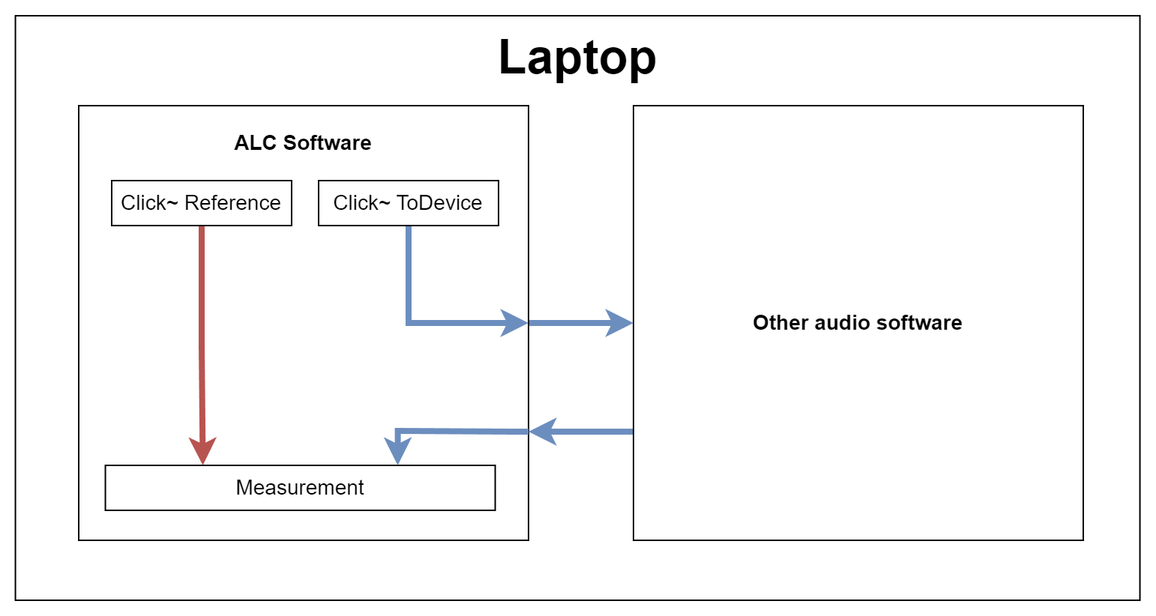
Above: public/img/alex-internal-mode.png in aleksati/aleksati (draw.io), before the change. Source tidied: cells renumbered, new cells last; positions are measured from the earlier drawing's top-left corner, leaving out a move shared by most shapes. Source of this version:
```xml
<mxGraphModel>
  <root>
    <mxCell id="0" />
    <mxCell id="1" parent="0" />
    <mxCell id="2" style="rounded=0;whiteSpace=wrap;html=1;" parent="1" vertex="1">
      <mxGeometry x="-0.2" width="750" height="390" as="geometry" />
    </mxCell>
    <mxCell id="3" value="&lt;font style=&quot;font-size: 32px;&quot;&gt;&lt;b&gt;Laptop&lt;/b&gt;&lt;/font&gt;" style="text;html=1;align=center;verticalAlign=middle;whiteSpace=wrap;rounded=0;" parent="1" vertex="1">
      <mxGeometry x="319.8" y="13" width="110" height="30" as="geometry" />
    </mxCell>
    <mxCell id="4" style="edgeStyle=orthogonalEdgeStyle;rounded=0;jettySize=auto;html=1;entryX=0;entryY=0.5;entryDx=0;entryDy=0;fillColor=#dae8fc;strokeColor=#6c8ebf;strokeWidth=4;" parent="1" edge="1" source="5" target="11">
      <mxGeometry relative="1" as="geometry" />
    </mxCell>
    <mxCell id="5" style="rounded=0;whiteSpace=wrap;html=1;" parent="1" vertex="1">
      <mxGeometry x="42" y="60" width="300" height="290" as="geometry" />
    </mxCell>
    <mxCell id="6" style="edgeStyle=orthogonalEdgeStyle;rounded=0;jettySize=auto;html=1;entryX=0.25;entryY=0;entryDx=0;entryDy=0;fillColor=#f8cecc;strokeColor=#b85450;strokeWidth=4;" parent="1" edge="1" source="7" target="14">
      <mxGeometry relative="1" as="geometry" />
    </mxCell>
    <mxCell id="7" value="&lt;font style=&quot;font-size: 14px;&quot;&gt;Click~ Reference&lt;/font&gt;" style="rounded=0;whiteSpace=wrap;html=1;" parent="1" vertex="1">
      <mxGeometry x="64" y="110" width="120" height="30" as="geometry" />
    </mxCell>
    <mxCell id="8" style="edgeStyle=orthogonalEdgeStyle;rounded=0;jettySize=auto;html=1;strokeWidth=4;fillColor=#dae8fc;strokeColor=#6c8ebf;entryX=1;entryY=0.5;entryDx=0;entryDy=0;" parent="1" edge="1" source="9" target="5">
      <mxGeometry relative="1" as="geometry">
        <Array as="points">
          <mxPoint x="262" y="205" />
        </Array>
      </mxGeometry>
    </mxCell>
    <mxCell id="9" value="&lt;font style=&quot;font-size: 14px;&quot;&gt;Click~ ToDevice&lt;/font&gt;" style="rounded=0;whiteSpace=wrap;html=1;" parent="1" vertex="1">
      <mxGeometry x="202" y="110" width="120" height="30" as="geometry" />
    </mxCell>
    <mxCell id="10" style="edgeStyle=orthogonalEdgeStyle;rounded=0;jettySize=auto;html=1;exitX=0;exitY=0.75;exitDx=0;exitDy=0;entryX=1;entryY=0.75;entryDx=0;entryDy=0;fillColor=#dae8fc;strokeColor=#6c8ebf;strokeWidth=4;" parent="1" edge="1" source="11" target="5">
      <mxGeometry relative="1" as="geometry" />
    </mxCell>
    <mxCell id="11" style="rounded=0;whiteSpace=wrap;html=1;" parent="1" vertex="1">
      <mxGeometry x="412" y="60" width="300" height="290" as="geometry" />
    </mxCell>
    <mxCell id="12" value="&lt;font style=&quot;font-size: 14px;&quot;&gt;&lt;b&gt;ALC Software&lt;/b&gt;&lt;/font&gt;" style="text;html=1;align=center;verticalAlign=middle;whiteSpace=wrap;rounded=0;" parent="1" vertex="1">
      <mxGeometry x="102" y="70" width="180" height="30" as="geometry" />
    </mxCell>
    <mxCell id="13" value="&lt;font style=&quot;font-size: 14px;&quot;&gt;&lt;b&gt;Other audio software&lt;/b&gt;&lt;/font&gt;" style="text;html=1;align=center;verticalAlign=middle;whiteSpace=wrap;rounded=0;" parent="1" vertex="1">
      <mxGeometry x="482" y="190" width="160" height="30" as="geometry" />
    </mxCell>
    <mxCell id="14" value="&lt;font style=&quot;font-size: 14px;&quot;&gt;Measurement&lt;/font&gt;" style="rounded=0;whiteSpace=wrap;html=1;" parent="1" vertex="1">
      <mxGeometry x="59.8" y="300" width="260" height="30" as="geometry" />
    </mxCell>
    <mxCell id="15" style="edgeStyle=orthogonalEdgeStyle;rounded=0;jettySize=auto;html=1;exitX=1;exitY=0.75;exitDx=0;exitDy=0;entryX=0.75;entryY=0;entryDx=0;entryDy=0;fillColor=#dae8fc;strokeColor=#6c8ebf;strokeWidth=4;" parent="1" edge="1" source="5" target="14">
      <mxGeometry relative="1" as="geometry">
        <Array as="points">
          <mxPoint x="332" y="277" />
          <mxPoint x="255" y="277" />
        </Array>
      </mxGeometry>
    </mxCell>
  </root>
</mxGraphModel>
```
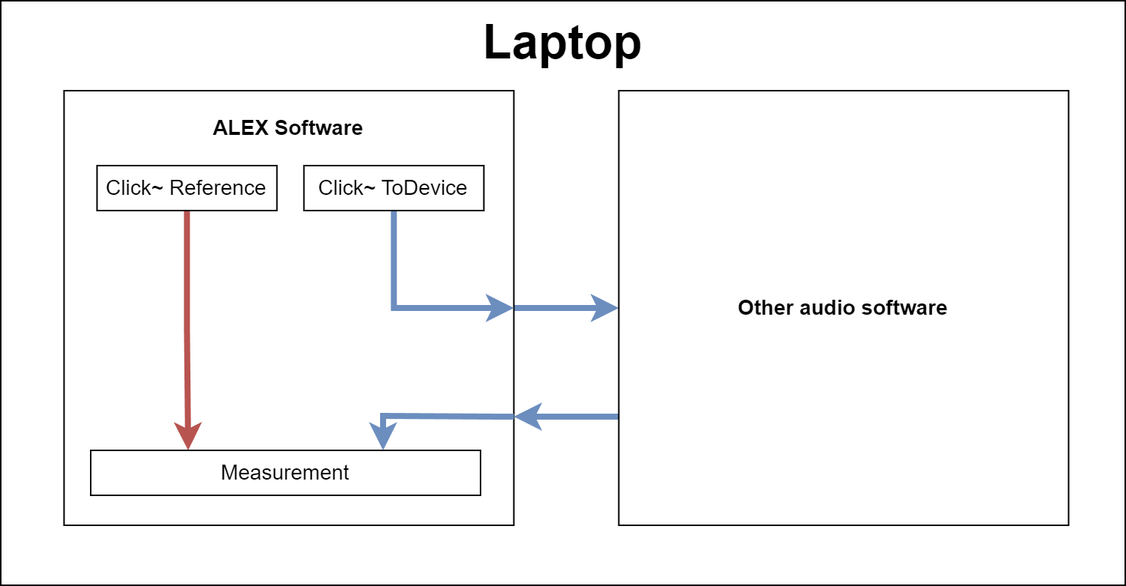
The same file after the commit.

Diff of the diagram source:
```diff
@@ -2,56 +2,56 @@
   <root>
     <mxCell id="0" />
     <mxCell id="1" parent="0" />
-    <mxCell id="2" style="rounded=0;whiteSpace=wrap;html=1;" parent="1" vertex="1">
-      <mxGeometry x="-0.2" width="750" height="390" as="geometry" />
-    </mxCell>
+    <mxCell id="16" style="rounded=0;whiteSpace=wrap;html=1;" parent="1" vertex="1">
+      <mxGeometry x="-0.2" width="750" height="390" as="geometry" />
+    </mxCell>
     <mxCell id="3" value="&lt;font style=&quot;font-size: 32px;&quot;&gt;&lt;b&gt;Laptop&lt;/b&gt;&lt;/font&gt;" style="text;html=1;align=center;verticalAlign=middle;whiteSpace=wrap;rounded=0;" parent="1" vertex="1">
       <mxGeometry x="319.8" y="13" width="110" height="30" as="geometry" />
     </mxCell>
-    <mxCell id="4" style="edgeStyle=orthogonalEdgeStyle;rounded=0;jettySize=auto;html=1;entryX=0;entryY=0.5;entryDx=0;entryDy=0;fillColor=#dae8fc;strokeColor=#6c8ebf;strokeWidth=4;" parent="1" edge="1" source="5" target="11">
-      <mxGeometry relative="1" as="geometry" />
-    </mxCell>
-    <mxCell id="5" style="rounded=0;whiteSpace=wrap;html=1;" parent="1" vertex="1">
-      <mxGeometry x="42" y="60" width="300" height="290" as="geometry" />
-    </mxCell>
+    <mxCell id="17" style="edgeStyle=orthogonalEdgeStyle;rounded=0;jettySize=auto;html=1;entryX=0;entryY=0.5;entryDx=0;entryDy=0;fillColor=#dae8fc;strokeColor=#6c8ebf;strokeWidth=4;" parent="1" edge="1" source="18" target="21">
+      <mxGeometry relative="1" as="geometry" />
+    </mxCell>
+    <mxCell id="18" style="rounded=0;whiteSpace=wrap;html=1;" parent="1" vertex="1">
+      <mxGeometry x="42" y="60" width="300" height="290" as="geometry" />
+    </mxCell>
     <mxCell id="6" style="edgeStyle=orthogonalEdgeStyle;rounded=0;jettySize=auto;html=1;entryX=0.25;entryY=0;entryDx=0;entryDy=0;fillColor=#f8cecc;strokeColor=#b85450;strokeWidth=4;" parent="1" edge="1" source="7" target="14">
       <mxGeometry relative="1" as="geometry" />
     </mxCell>
     <mxCell id="7" value="&lt;font style=&quot;font-size: 14px;&quot;&gt;Click~ Reference&lt;/font&gt;" style="rounded=0;whiteSpace=wrap;html=1;" parent="1" vertex="1">
       <mxGeometry x="64" y="110" width="120" height="30" as="geometry" />
     </mxCell>
-    <mxCell id="8" style="edgeStyle=orthogonalEdgeStyle;rounded=0;jettySize=auto;html=1;strokeWidth=4;fillColor=#dae8fc;strokeColor=#6c8ebf;entryX=1;entryY=0.5;entryDx=0;entryDy=0;" parent="1" edge="1" source="9" target="5">
-      <mxGeometry relative="1" as="geometry">
-        <Array as="points">
-          <mxPoint x="262" y="205" />
-        </Array>
-      </mxGeometry>
-    </mxCell>
+    <mxCell id="19" style="edgeStyle=orthogonalEdgeStyle;rounded=0;jettySize=auto;html=1;strokeWidth=4;fillColor=#dae8fc;strokeColor=#6c8ebf;entryX=1;entryY=0.5;entryDx=0;entryDy=0;" parent="1" edge="1" source="9" target="18">
+      <mxGeometry relative="1" as="geometry">
+        <Array as="points">
+          <mxPoint x="262" y="205" />
+        </Array>
+      </mxGeometry>
+    </mxCell>
     <mxCell id="9" value="&lt;font style=&quot;font-size: 14px;&quot;&gt;Click~ ToDevice&lt;/font&gt;" style="rounded=0;whiteSpace=wrap;html=1;" parent="1" vertex="1">
       <mxGeometry x="202" y="110" width="120" height="30" as="geometry" />
     </mxCell>
-    <mxCell id="10" style="edgeStyle=orthogonalEdgeStyle;rounded=0;jettySize=auto;html=1;exitX=0;exitY=0.75;exitDx=0;exitDy=0;entryX=1;entryY=0.75;entryDx=0;entryDy=0;fillColor=#dae8fc;strokeColor=#6c8ebf;strokeWidth=4;" parent="1" edge="1" source="11" target="5">
-      <mxGeometry relative="1" as="geometry" />
-    </mxCell>
-    <mxCell id="11" style="rounded=0;whiteSpace=wrap;html=1;" parent="1" vertex="1">
-      <mxGeometry x="412" y="60" width="300" height="290" as="geometry" />
-    </mxCell>
-    <mxCell id="12" value="&lt;font style=&quot;font-size: 14px;&quot;&gt;&lt;b&gt;ALC Software&lt;/b&gt;&lt;/font&gt;" style="text;html=1;align=center;verticalAlign=middle;whiteSpace=wrap;rounded=0;" parent="1" vertex="1">
-      <mxGeometry x="102" y="70" width="180" height="30" as="geometry" />
-    </mxCell>
+    <mxCell id="20" style="edgeStyle=orthogonalEdgeStyle;rounded=0;jettySize=auto;html=1;exitX=0;exitY=0.75;exitDx=0;exitDy=0;entryX=1;entryY=0.75;entryDx=0;entryDy=0;fillColor=#dae8fc;strokeColor=#6c8ebf;strokeWidth=4;" parent="1" edge="1" source="21" target="18">
+      <mxGeometry relative="1" as="geometry" />
+    </mxCell>
+    <mxCell id="21" style="rounded=0;whiteSpace=wrap;html=1;" parent="1" vertex="1">
+      <mxGeometry x="412" y="60" width="300" height="290" as="geometry" />
+    </mxCell>
+    <mxCell id="22" value="&lt;font style=&quot;font-size: 14px;&quot;&gt;&lt;b&gt;ALEX Software&lt;/b&gt;&lt;/font&gt;" style="text;html=1;align=center;verticalAlign=middle;whiteSpace=wrap;rounded=0;" parent="1" vertex="1">
+      <mxGeometry x="102" y="70" width="180" height="30" as="geometry" />
+    </mxCell>
     <mxCell id="13" value="&lt;font style=&quot;font-size: 14px;&quot;&gt;&lt;b&gt;Other audio software&lt;/b&gt;&lt;/font&gt;" style="text;html=1;align=center;verticalAlign=middle;whiteSpace=wrap;rounded=0;" parent="1" vertex="1">
       <mxGeometry x="482" y="190" width="160" height="30" as="geometry" />
     </mxCell>
     <mxCell id="14" value="&lt;font style=&quot;font-size: 14px;&quot;&gt;Measurement&lt;/font&gt;" style="rounded=0;whiteSpace=wrap;html=1;" parent="1" vertex="1">
       <mxGeometry x="59.8" y="300" width="260" height="30" as="geometry" />
     </mxCell>
-    <mxCell id="15" style="edgeStyle=orthogonalEdgeStyle;rounded=0;jettySize=auto;html=1;exitX=1;exitY=0.75;exitDx=0;exitDy=0;entryX=0.75;entryY=0;entryDx=0;entryDy=0;fillColor=#dae8fc;strokeColor=#6c8ebf;strokeWidth=4;" parent="1" edge="1" source="5" target="14">
-      <mxGeometry relative="1" as="geometry">
-        <Array as="points">
-          <mxPoint x="332" y="277" />
-          <mxPoint x="255" y="277" />
-        </Array>
-      </mxGeometry>
-    </mxCell>
+    <mxCell id="23" style="edgeStyle=orthogonalEdgeStyle;rounded=0;jettySize=auto;html=1;exitX=1;exitY=0.75;exitDx=0;exitDy=0;entryX=0.75;entryY=0;entryDx=0;entryDy=0;fillColor=#dae8fc;strokeColor=#6c8ebf;strokeWidth=4;" parent="1" edge="1" source="18" target="14">
+      <mxGeometry relative="1" as="geometry">
+        <Array as="points">
+          <mxPoint x="332" y="277" />
+          <mxPoint x="255" y="277" />
+        </Array>
+      </mxGeometry>
+    </mxCell>
   </root>
 </mxGraphModel>
```
